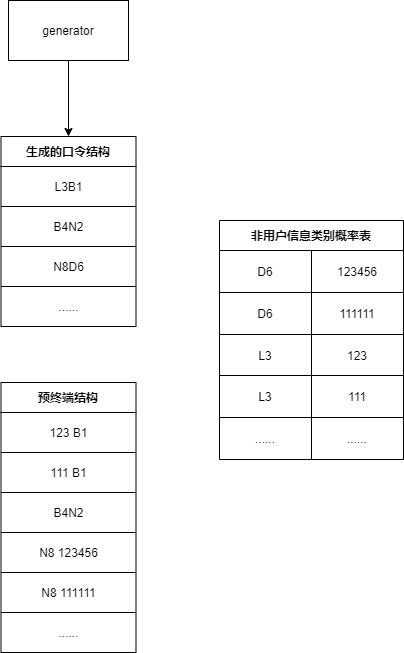
Earlier version of the draw.io export seqgan-fill.drawio.png (lakomi/pictures). Source tidied: cells renumbered, new cells last; positions are measured from the earlier drawing's top-left corner, leaving out a move shared by most shapes.
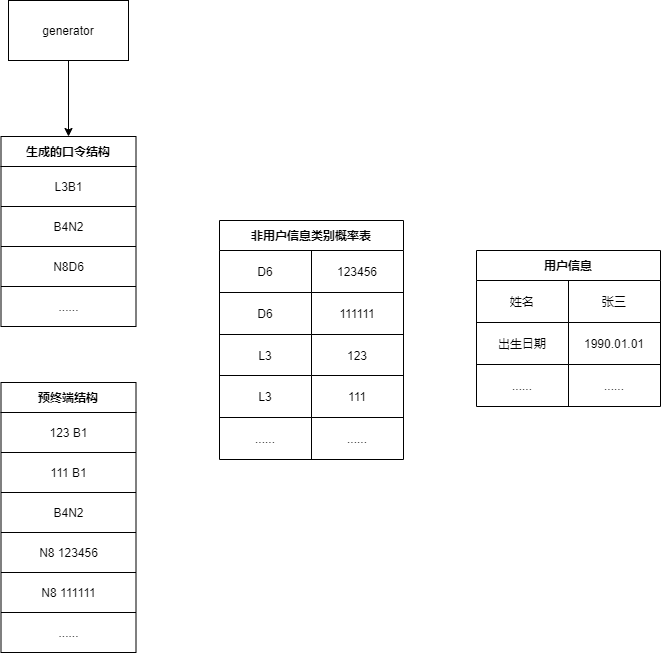
Later version of the same file.

The edit, as a diff of the source:
```diff
@@ -122,5 +122,35 @@
     <mxCell id="41" value="......" style="shape=partialRectangle;html=1;whiteSpace=wrap;fillColor=none;top=0;left=0;bottom=0;right=0;overflow=hidden;" parent="39" vertex="1">
       <mxGeometry x="92" width="92" height="42" as="geometry" />
     </mxCell>
+    <mxCell id="42" value="用户信息" style="shape=table;startSize=30;fontStyle=1;align=center;" parent="1" vertex="1">
+      <mxGeometry x="476" y="250" width="184" height="156" as="geometry" />
+    </mxCell>
+    <mxCell id="43" style="shape=tableRow;horizontal=0;startSize=0;swimlaneHead=0;swimlaneBody=0;top=0;left=0;bottom=0;right=0;fillColor=none;" parent="42" vertex="1">
+      <mxGeometry y="30" width="184" height="42" as="geometry" />
+    </mxCell>
+    <mxCell id="44" value="姓名" style="shape=partialRectangle;html=1;whiteSpace=wrap;fillColor=none;top=0;left=0;bottom=0;right=0;overflow=hidden;" parent="43" vertex="1">
+      <mxGeometry width="92" height="42" as="geometry" />
+    </mxCell>
+    <mxCell id="45" value="张三" style="shape=partialRectangle;html=1;whiteSpace=wrap;fillColor=none;top=0;left=0;bottom=0;right=0;overflow=hidden;" parent="43" vertex="1">
+      <mxGeometry x="92" width="92" height="42" as="geometry" />
+    </mxCell>
+    <mxCell id="46" style="shape=tableRow;horizontal=0;startSize=0;swimlaneHead=0;swimlaneBody=0;top=0;left=0;bottom=0;right=0;fillColor=none;" parent="42" vertex="1">
+      <mxGeometry y="72" width="184" height="42" as="geometry" />
+    </mxCell>
+    <mxCell id="47" value="出生日期" style="shape=partialRectangle;html=1;whiteSpace=wrap;fillColor=none;top=0;left=0;bottom=0;right=0;overflow=hidden;" parent="46" vertex="1">
+      <mxGeometry width="92" height="42" as="geometry" />
+    </mxCell>
+    <mxCell id="48" value="1990.01.01" style="shape=partialRectangle;html=1;whiteSpace=wrap;fillColor=none;top=0;left=0;bottom=0;right=0;overflow=hidden;" parent="46" vertex="1">
+      <mxGeometry x="92" width="92" height="42" as="geometry" />
+    </mxCell>
+    <mxCell id="49" style="shape=tableRow;horizontal=0;startSize=0;swimlaneHead=0;swimlaneBody=0;top=0;left=0;bottom=0;right=0;fillColor=none;" parent="42" vertex="1">
+      <mxGeometry y="114" width="184" height="42" as="geometry" />
+    </mxCell>
+    <mxCell id="50" value="......" style="shape=partialRectangle;html=1;whiteSpace=wrap;fillColor=none;top=0;left=0;bottom=0;right=0;overflow=hidden;" parent="49" vertex="1">
+      <mxGeometry width="92" height="42" as="geometry" />
+    </mxCell>
+    <mxCell id="51" value="......" style="shape=partialRectangle;html=1;whiteSpace=wrap;fillColor=none;top=0;left=0;bottom=0;right=0;overflow=hidden;" parent="49" vertex="1">
+      <mxGeometry x="92" width="92" height="42" as="geometry" />
+    </mxCell>
   </root>
 </mxGraphModel>
```
